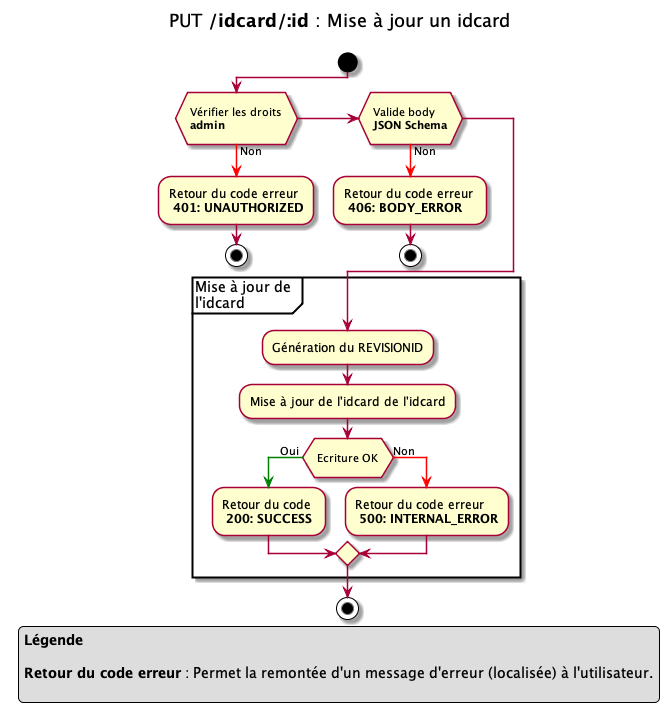
Above: 01.byd-DataFactory/1.ArchitectureDossier/images/idcard_update.png in cogirep/documentation (PlantUML), before the change.
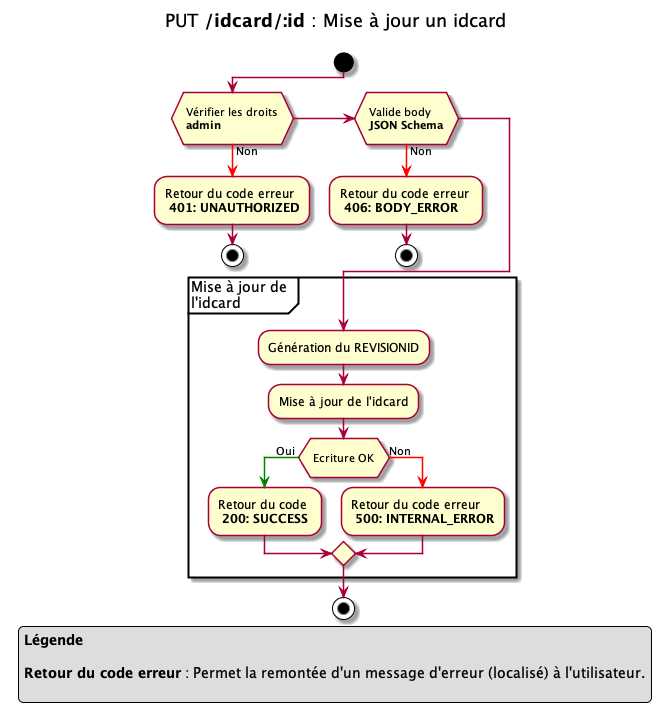
Later version of the same file.

The edit, as a diff of the source:
```diff
@@ -19,7 +19,7 @@
 
 partition "Mise à jour de \nl'idcard" {
     -Génération du REVISIONID
-    -Mise à jour de l'idcard de l'idcard
+    -Mise à jour de l'idcard
     if ( \n Ecriture OK \n )
         -[#green]-> Oui ;
         -Retour du code \n **200: SUCCESS**
@@ -33,7 +33,7 @@
 legend
 **Légende**
 
-**Retour du code erreur** : Permet la remontée d'un message d'erreur (localisée) à l'utilisateur.
+**Retour du code erreur** : Permet la remontée d'un message d'erreur (localisé) à l'utilisateur.
 
 endlegend
 
```
